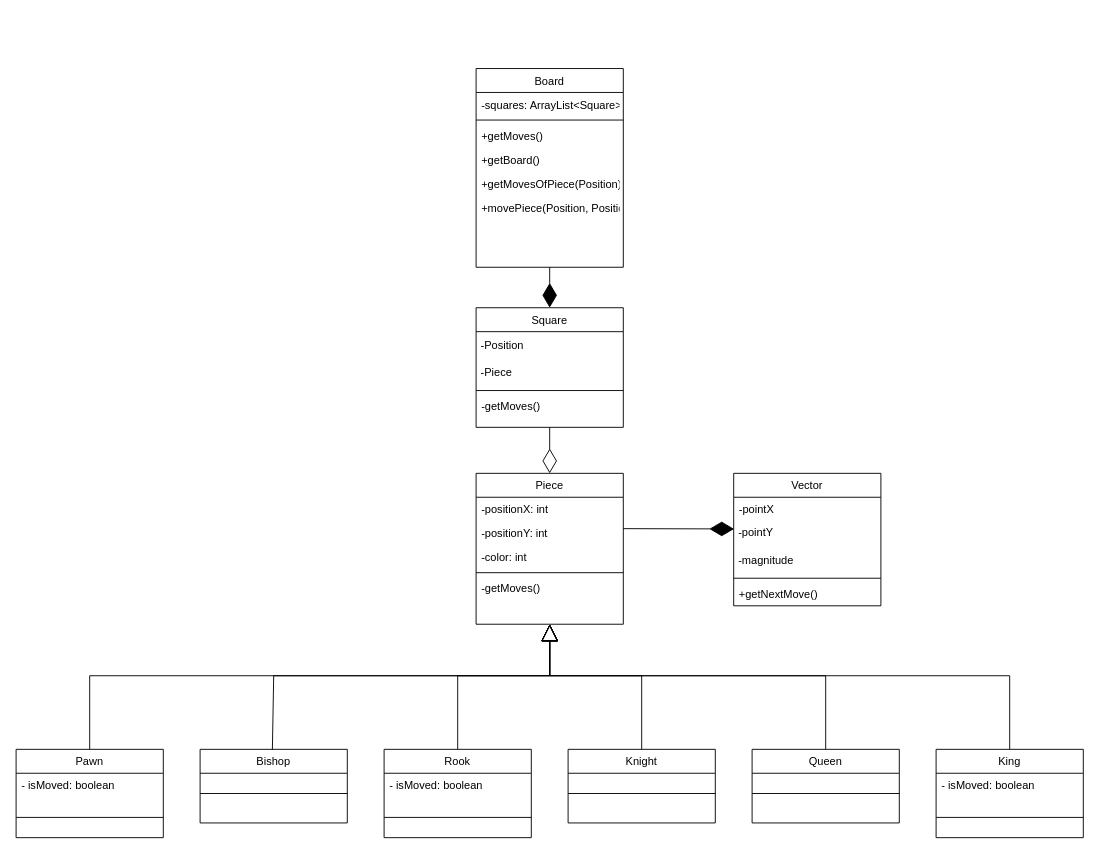
This is chess.drawio from frankxhunter/chess, a draw.io file, before an edit. Source tidied: cells renumbered, new cells numbered last; positions are measured from the earlier drawing's top-left corner, leaving out a move shared by most shapes. Both pictures are drawn from the tidied source at 92%, with x=0, y=0 at pixel (16, 68).
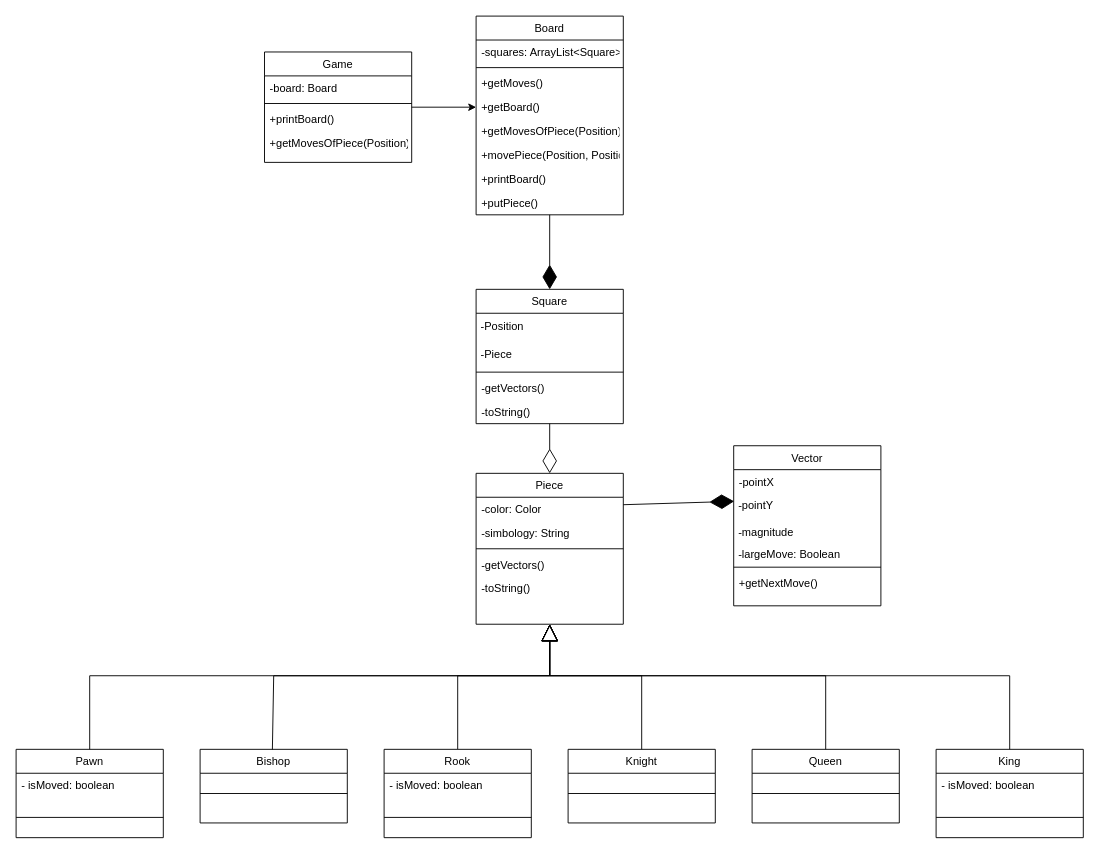
The same diagram, later.

The change refers to these unchanged cells:
```xml
<mxCell id="2" value="Piece" style="swimlane;fontStyle=0;align=center;verticalAlign=top;horizontal=1;startSize=26;rounded=0;shadow=0;strokeWidth=1;" parent="1" vertex="1">
  <mxGeometry x="500" y="440" width="160" height="164" as="geometry" />
</mxCell>
<mxCell id="17" value="+getBoard()" style="text;align=left;verticalAlign=top;spacingLeft=4;spacingRight=4;overflow=hidden;points=[[0,0.5],[1,0.5]];portConstraint=eastwest;rounded=0;shadow=0;html=0;" parent="13" vertex="1">
  <mxGeometry y="86" width="160" height="26" as="geometry" />
</mxCell>
<mxCell id="45" value="&amp;nbsp;-pointY" style="text;html=1;align=left;verticalAlign=middle;whiteSpace=wrap;rounded=0;" parent="43" vertex="1">
  <mxGeometry y="50" width="160" height="30" as="geometry" />
</mxCell>
```

Change to the diagram source:
```diff
@@
-    <mxCell id="3" value="-positionX: int" style="text;align=left;verticalAlign=top;spacingLeft=4;spacingRight=4;overflow=hidden;rounded=0;shadow=0;html=0;" parent="2" vertex="1">
-      <mxGeometry y="26" width="160" height="26" as="geometry" />
-    </mxCell>
-    <mxCell id="4" value="-positionY: int" style="text;align=left;verticalAlign=top;spacingLeft=4;spacingRight=4;overflow=hidden;points=[[0,0.5],[1,0.5]];portConstraint=eastwest;rounded=0;shadow=0;html=0;" parent="2" vertex="1">
-      <mxGeometry y="52" width="160" height="26" as="geometry" />
-    </mxCell>
+    <mxCell id="50" value="-color: Color" style="text;align=left;verticalAlign=top;spacingLeft=4;spacingRight=4;overflow=hidden;rounded=0;shadow=0;html=0;" parent="2" vertex="1">
+      <mxGeometry y="26" width="160" height="26" as="geometry" />
+    </mxCell>
-    <mxCell id="5" value="-color: int" style="text;align=left;verticalAlign=top;spacingLeft=4;spacingRight=4;overflow=hidden;rounded=0;shadow=0;html=0;" parent="2" vertex="1">
-      <mxGeometry y="78" width="160" height="26" as="geometry" />
+    <mxCell id="5" value="-simbology: String " style="text;align=left;verticalAlign=top;spacingLeft=4;spacingRight=4;overflow=hidden;rounded=0;shadow=0;html=0;" parent="2" vertex="1">
+      <mxGeometry y="52" width="160" height="26" as="geometry" />
     </mxCell>
     <mxCell id="6" style="line;html=1;strokeWidth=1;align=left;verticalAlign=middle;spacingTop=-1;spacingLeft=3;spacingRight=3;labelPosition=right;" parent="2" vertex="1">
-      <mxGeometry y="104" width="160" height="8" as="geometry" />
+      <mxGeometry y="78" width="160" height="8" as="geometry" />
     </mxCell>
-    <mxCell id="7" value="-getMoves()" style="text;align=left;verticalAlign=top;spacingLeft=4;spacingRight=4;overflow=hidden;rounded=0;shadow=0;html=0;" parent="2" vertex="1">
-      <mxGeometry y="112" width="160" height="26" as="geometry" />
+    <mxCell id="7" value="-getVectors()" style="text;align=left;verticalAlign=top;spacingLeft=4;spacingRight=4;overflow=hidden;rounded=0;shadow=0;html=0;" parent="2" vertex="1">
+      <mxGeometry y="86" width="160" height="26" as="geometry" />
     </mxCell>
+    <mxCell id="51" value="-toString()" style="text;align=left;verticalAlign=top;spacingLeft=4;spacingRight=4;overflow=hidden;rounded=0;shadow=0;html=0;" parent="2" vertex="1">
+      <mxGeometry y="112" width="160" height="26" as="geometry" />
+    </mxCell>
     <mxCell id="8" value="Square" style="swimlane;fontStyle=0;align=center;verticalAlign=top;horizontal=1;startSize=26;rounded=0;shadow=0;strokeWidth=1;" parent="1" vertex="1">
-      <mxGeometry x="500" y="260" width="160" height="130" as="geometry" />
+      <mxGeometry x="500" y="240" width="160" height="146" as="geometry" />
     </mxCell>
@@
-    <mxCell id="12" value="-getMoves()" style="text;align=left;verticalAlign=top;spacingLeft=4;spacingRight=4;overflow=hidden;rounded=0;shadow=0;html=0;" parent="8" vertex="1">
-      <mxGeometry y="94" width="160" height="26" as="geometry" />
-    </mxCell>
+    <mxCell id="52" value="-getVectors()" style="text;align=left;verticalAlign=top;spacingLeft=4;spacingRight=4;overflow=hidden;rounded=0;shadow=0;html=0;" parent="8" vertex="1">
+      <mxGeometry y="94" width="160" height="26" as="geometry" />
+    </mxCell>
+    <mxCell id="53" value="-toString()" style="text;align=left;verticalAlign=top;spacingLeft=4;spacingRight=4;overflow=hidden;rounded=0;shadow=0;html=0;" parent="8" vertex="1">
+      <mxGeometry y="120" width="160" height="26" as="geometry" />
+    </mxCell>
     <mxCell id="13" value="Board" style="swimlane;fontStyle=0;align=center;verticalAlign=top;horizontal=1;startSize=26;rounded=0;shadow=0;strokeWidth=1;" parent="1" vertex="1">
-      <mxGeometry x="500" width="160" height="216" as="geometry" />
+      <mxGeometry x="500" y="-57" width="160" height="216" as="geometry" />
     </mxCell>
@@
+    <mxCell id="54" value="+printBoard()" style="text;align=left;verticalAlign=top;spacingLeft=4;spacingRight=4;overflow=hidden;rounded=0;shadow=0;html=0;" parent="13" vertex="1">
+      <mxGeometry y="164" width="160" height="26" as="geometry" />
+    </mxCell>
+    <mxCell id="55" value="+putPiece()" style="text;align=left;verticalAlign=top;spacingLeft=4;spacingRight=4;overflow=hidden;rounded=0;shadow=0;html=0;" parent="13" vertex="1">
+      <mxGeometry y="190" width="160" height="26" as="geometry" />
+    </mxCell>
@@
-    <mxCell id="42" style="endArrow=diamondThin;endFill=1;endSize=24;html=1;rounded=0;exitX=1;exitY=0.312;exitDx=0;exitDy=0;entryX=0.003;entryY=0.348;entryDx=0;entryDy=0;exitPerimeter=0;entryPerimeter=0;" parent="1" edge="1" source="4" target="45">
-      <mxGeometry relative="1" as="geometry" />
+    <mxCell id="42" style="endArrow=diamondThin;endFill=1;endSize=24;html=1;rounded=0;exitX=1;exitY=0.312;exitDx=0;exitDy=0;entryX=0.003;entryY=0.348;entryDx=0;entryDy=0;exitPerimeter=0;entryPerimeter=0;" parent="1" edge="1" target="45">
+      <mxGeometry relative="1" as="geometry">
+        <mxPoint x="660" y="474.1" as="sourcePoint" />
+      </mxGeometry>
     </mxCell>
     <mxCell id="43" value="Vector" style="swimlane;fontStyle=0;align=center;verticalAlign=top;horizontal=1;startSize=26;rounded=0;shadow=0;strokeWidth=1;" parent="1" vertex="1">
-      <mxGeometry x="780" y="440" width="160" height="144" as="geometry" />
+      <mxGeometry x="780" y="410" width="160" height="174" as="geometry" />
     </mxCell>
@@
+    <mxCell id="56" value="&amp;nbsp;-largeMove: Boolean" style="text;html=1;align=left;verticalAlign=middle;whiteSpace=wrap;rounded=0;" parent="43" vertex="1">
+      <mxGeometry y="110" width="160" height="18" as="geometry" />
+    </mxCell>
     <mxCell id="47" style="line;html=1;strokeWidth=1;align=left;verticalAlign=middle;spacingTop=-1;spacingLeft=3;spacingRight=3;labelPosition=right;" parent="43" vertex="1">
-      <mxGeometry y="110" width="160" height="8" as="geometry" />
+      <mxGeometry y="128" width="160" height="8" as="geometry" />
     </mxCell>
     <mxCell id="48" value="+getNextMove()" style="text;strokeColor=none;fillColor=none;align=left;verticalAlign=top;spacingLeft=4;spacingRight=4;overflow=hidden;whiteSpace=wrap;html=1;" parent="43" vertex="1">
-      <mxGeometry y="118" width="160" height="26" as="geometry" />
+      <mxGeometry y="136" width="160" height="26" as="geometry" />
     </mxCell>
@@
+    <mxCell id="57" style="edgeStyle=none;html=1;" parent="1" edge="1" source="58" target="17">
+      <mxGeometry relative="1" as="geometry" />
+    </mxCell>
+    <mxCell id="58" value="Game" style="swimlane;fontStyle=0;align=center;verticalAlign=top;horizontal=1;startSize=26;rounded=0;shadow=0;strokeWidth=1;" parent="1" vertex="1">
+      <mxGeometry x="270" y="-18" width="160" height="120" as="geometry" />
+    </mxCell>
+    <mxCell id="59" value="-board: Board" style="text;align=left;verticalAlign=top;spacingLeft=4;spacingRight=4;overflow=hidden;" parent="58" vertex="1">
+      <mxGeometry y="26" width="160" height="26" as="geometry" />
+    </mxCell>
+    <mxCell id="60" style="line;html=1;strokeWidth=1;align=left;verticalAlign=middle;spacingTop=-1;spacingLeft=3;spacingRight=3;labelPosition=right;" parent="58" vertex="1">
+      <mxGeometry y="52" width="160" height="8" as="geometry" />
+    </mxCell>
+    <mxCell id="61" value="+printBoard()" style="text;align=left;verticalAlign=top;spacingLeft=4;spacingRight=4;overflow=hidden;rounded=0;shadow=0;html=0;" parent="58" vertex="1">
+      <mxGeometry y="60" width="160" height="26" as="geometry" />
+    </mxCell>
+    <mxCell id="62" value="+getMovesOfPiece(Position)" style="text;align=left;verticalAlign=top;spacingLeft=4;spacingRight=4;overflow=hidden;rounded=0;shadow=0;html=0;" parent="58" vertex="1">
+      <mxGeometry y="86" width="160" height="26" as="geometry" />
+    </mxCell>
```
